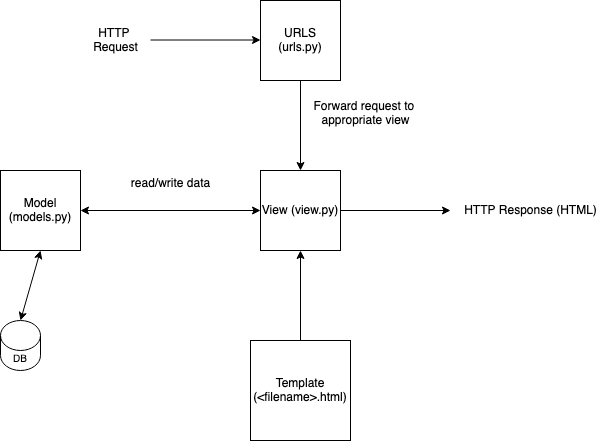
Before: image/bagan.png, a diagram exported from draw.io (nandapratama21/inventorypower). Source tidied: cells renumbered, new cells last; positions are measured from the earlier drawing's top-left corner, leaving out a move shared by most shapes. Its diagram source:
```xml
<mxGraphModel background="#FFFFFF">
  <root>
    <mxCell id="0" />
    <mxCell id="1" parent="0" />
    <mxCell id="2" value="Model (models.py)" style="whiteSpace=wrap;html=1;" parent="1" vertex="1">
      <mxGeometry y="170" width="80" height="80" as="geometry" />
    </mxCell>
    <mxCell id="3" value="&lt;font size=&quot;1&quot;&gt;DB&lt;/font&gt;" style="shape=cylinder3;whiteSpace=wrap;html=1;boundedLbl=1;backgroundOutline=1;size=15;" parent="1" vertex="1">
      <mxGeometry y="320" width="40" height="50" as="geometry" />
    </mxCell>
    <mxCell id="4" value="&lt;font style=&quot;font-size: 12px;&quot;&gt;View (view.py)&lt;br&gt;&lt;/font&gt;" style="whiteSpace=wrap;html=1;fontSize=7;" parent="1" vertex="1">
      <mxGeometry x="260" y="170" width="80" height="80" as="geometry" />
    </mxCell>
    <mxCell id="5" style="endArrow=classic;startArrow=classic;html=1;rounded=0;fontSize=12;exitX=1;exitY=0.5;exitDx=0;exitDy=0;" parent="1" edge="1" source="2">
      <mxGeometry relative="1" as="geometry">
        <mxPoint x="260" y="210" as="targetPoint" />
      </mxGeometry>
    </mxCell>
    <mxCell id="6" value="&lt;div&gt;read/write data&lt;/div&gt;&lt;div&gt;&lt;br&gt;&lt;/div&gt;" style="text;html=1;align=center;verticalAlign=middle;strokeColor=none;fillColor=none;fontSize=12;" parent="1" vertex="1">
      <mxGeometry x="120" y="170" width="100" height="40" as="geometry" />
    </mxCell>
    <mxCell id="7" style="endArrow=classic;startArrow=classic;html=1;rounded=0;fontSize=12;entryX=0.5;entryY=1;entryDx=0;entryDy=0;" parent="1" edge="1" target="2">
      <mxGeometry relative="1" as="geometry">
        <mxPoint x="20" y="320" as="sourcePoint" />
      </mxGeometry>
    </mxCell>
    <mxCell id="8" value="&lt;div&gt;&lt;br&gt;&lt;/div&gt;&lt;div&gt;HTTP Response (HTML)&lt;/div&gt;&lt;div&gt;&lt;br&gt;&lt;/div&gt;" style="text;html=1;align=center;verticalAlign=middle;points=[];strokeColor=none;fillColor=none;fontSize=12;" parent="1" vertex="1">
      <mxGeometry x="450" y="180" width="160" height="60" as="geometry" />
    </mxCell>
    <mxCell id="9" style="endArrow=classic;html=1;rounded=0;fontSize=12;exitX=1;exitY=0.5;exitDx=0;exitDy=0;" parent="1" edge="1" source="4" target="8">
      <mxGeometry relative="1" as="geometry" />
    </mxCell>
    <mxCell id="10" value="&lt;div&gt;&lt;font style=&quot;font-size: 12px;&quot;&gt;URLS (urls.py)&lt;/font&gt;&lt;/div&gt;" style="whiteSpace=wrap;html=1;fontSize=7;" parent="1" vertex="1">
      <mxGeometry x="260" width="80" height="80" as="geometry" />
    </mxCell>
    <mxCell id="11" style="endArrow=classic;html=1;rounded=0;fontSize=12;entryX=0.5;entryY=0;entryDx=0;entryDy=0;exitX=0.5;exitY=1;exitDx=0;exitDy=0;" parent="1" edge="1" source="10" target="4">
      <mxGeometry relative="1" as="geometry" />
    </mxCell>
    <mxCell id="12" value="&lt;div&gt;Forward request to&amp;nbsp;&lt;/div&gt;&lt;div&gt;appropriate view&lt;/div&gt;&lt;div&gt;&lt;br&gt;&lt;/div&gt;" style="text;html=1;align=center;verticalAlign=middle;strokeColor=none;fillColor=none;fontSize=12;" parent="1" vertex="1">
      <mxGeometry x="300" y="90" width="130" height="60" as="geometry" />
    </mxCell>
    <mxCell id="13" value="&lt;div&gt;&lt;br&gt;&lt;/div&gt;&lt;div&gt;HTTP&amp;nbsp;&lt;/div&gt;&lt;div&gt;Request&lt;br&gt;&lt;/div&gt;&lt;div&gt;&lt;br&gt;&lt;/div&gt;" style="text;html=1;align=center;verticalAlign=middle;strokeColor=none;fillColor=none;fontSize=12;" parent="1" vertex="1">
      <mxGeometry x="80" y="5" width="70" height="70" as="geometry" />
    </mxCell>
    <mxCell id="14" style="endArrow=classic;html=1;rounded=0;fontSize=12;exitX=1;exitY=0.5;exitDx=0;exitDy=0;" parent="1" edge="1">
      <mxGeometry relative="1" as="geometry">
        <mxPoint x="150" y="39.5" as="sourcePoint" />
        <mxPoint x="260" y="39.5" as="targetPoint" />
      </mxGeometry>
    </mxCell>
    <mxCell id="15" value="&lt;font style=&quot;font-size: 12px;&quot;&gt;Template (&amp;lt;filename&amp;gt;.html)&lt;br&gt;&lt;/font&gt;" style="whiteSpace=wrap;html=1;fontSize=7;" parent="1" vertex="1">
      <mxGeometry x="250" y="340" width="100" height="100" as="geometry" />
    </mxCell>
    <mxCell id="16" style="endArrow=classic;html=1;rounded=0;fontSize=12;entryX=0.5;entryY=1;entryDx=0;entryDy=0;exitX=0.5;exitY=0;exitDx=0;exitDy=0;" parent="1" edge="1" source="15" target="4">
      <mxGeometry relative="1" as="geometry" />
    </mxCell>
  </root>
</mxGraphModel>
```
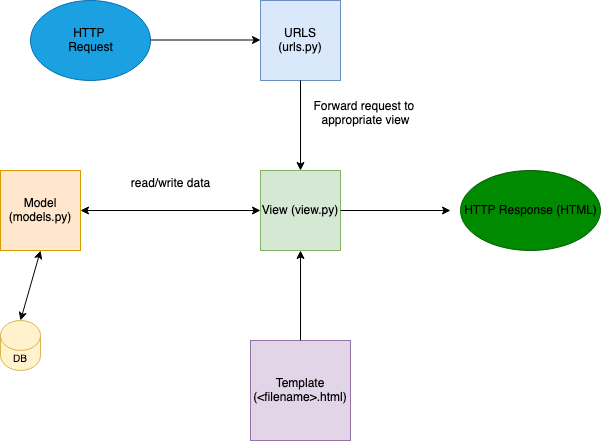
After the commit.

Diff of the diagram source:
```diff
@@ -2,13 +2,19 @@
   <root>
     <mxCell id="0" />
     <mxCell id="1" parent="0" />
+    <mxCell id="17" style="ellipse;whiteSpace=wrap;html=1;fillColor=#1ba1e2;fontColor=#ffffff;strokeColor=#006EAF;" parent="1" vertex="1">
+      <mxGeometry x="30" width="120" height="80" as="geometry" />
+    </mxCell>
+    <mxCell id="18" style="ellipse;whiteSpace=wrap;html=1;fillColor=#008a00;fontColor=#ffffff;strokeColor=#005700;" parent="1" vertex="1">
+      <mxGeometry x="460" y="170" width="140" height="80" as="geometry" />
+    </mxCell>
-    <mxCell id="2" value="Model (models.py)" style="whiteSpace=wrap;html=1;" parent="1" vertex="1">
+    <mxCell id="2" value="Model (models.py)" style="whiteSpace=wrap;html=1;fillColor=#ffe6cc;strokeColor=#d79b00;" parent="1" vertex="1">
       <mxGeometry y="170" width="80" height="80" as="geometry" />
     </mxCell>
-    <mxCell id="3" value="&lt;font size=&quot;1&quot;&gt;DB&lt;/font&gt;" style="shape=cylinder3;whiteSpace=wrap;html=1;boundedLbl=1;backgroundOutline=1;size=15;" parent="1" vertex="1">
+    <mxCell id="3" value="&lt;font size=&quot;1&quot;&gt;DB&lt;/font&gt;" style="shape=cylinder3;whiteSpace=wrap;html=1;boundedLbl=1;backgroundOutline=1;size=15;fillColor=#fff2cc;strokeColor=#d6b656;" parent="1" vertex="1">
       <mxGeometry y="320" width="40" height="50" as="geometry" />
     </mxCell>
-    <mxCell id="4" value="&lt;font style=&quot;font-size: 12px;&quot;&gt;View (view.py)&lt;br&gt;&lt;/font&gt;" style="whiteSpace=wrap;html=1;fontSize=7;" parent="1" vertex="1">
+    <mxCell id="4" value="&lt;font style=&quot;font-size: 12px;&quot;&gt;View (view.py)&lt;br&gt;&lt;/font&gt;" style="whiteSpace=wrap;html=1;fontSize=7;fillColor=#d5e8d4;strokeColor=#82b366;" parent="1" vertex="1">
       <mxGeometry x="260" y="170" width="80" height="80" as="geometry" />
     </mxCell>
     <mxCell id="5" style="endArrow=classic;startArrow=classic;html=1;rounded=0;fontSize=12;exitX=1;exitY=0.5;exitDx=0;exitDy=0;" parent="1" edge="1" source="2">
@@ -30,7 +36,7 @@
     <mxCell id="9" style="endArrow=classic;html=1;rounded=0;fontSize=12;exitX=1;exitY=0.5;exitDx=0;exitDy=0;" parent="1" edge="1" source="4" target="8">
       <mxGeometry relative="1" as="geometry" />
     </mxCell>
-    <mxCell id="10" value="&lt;div&gt;&lt;font style=&quot;font-size: 12px;&quot;&gt;URLS (urls.py)&lt;/font&gt;&lt;/div&gt;" style="whiteSpace=wrap;html=1;fontSize=7;" parent="1" vertex="1">
+    <mxCell id="10" value="&lt;div&gt;&lt;font style=&quot;font-size: 12px;&quot;&gt;URLS (urls.py)&lt;/font&gt;&lt;/div&gt;" style="whiteSpace=wrap;html=1;fontSize=7;fillColor=#dae8fc;strokeColor=#6c8ebf;" parent="1" vertex="1">
       <mxGeometry x="260" width="80" height="80" as="geometry" />
     </mxCell>
     <mxCell id="11" style="endArrow=classic;html=1;rounded=0;fontSize=12;entryX=0.5;entryY=0;entryDx=0;entryDy=0;exitX=0.5;exitY=1;exitDx=0;exitDy=0;" parent="1" edge="1" source="10" target="4">
@@ -40,7 +46,7 @@
       <mxGeometry x="300" y="90" width="130" height="60" as="geometry" />
     </mxCell>
     <mxCell id="13" value="&lt;div&gt;&lt;br&gt;&lt;/div&gt;&lt;div&gt;HTTP&amp;nbsp;&lt;/div&gt;&lt;div&gt;Request&lt;br&gt;&lt;/div&gt;&lt;div&gt;&lt;br&gt;&lt;/div&gt;" style="text;html=1;align=center;verticalAlign=middle;strokeColor=none;fillColor=none;fontSize=12;" parent="1" vertex="1">
-      <mxGeometry x="80" y="5" width="70" height="70" as="geometry" />
+      <mxGeometry x="55" y="5" width="70" height="70" as="geometry" />
     </mxCell>
     <mxCell id="14" style="endArrow=classic;html=1;rounded=0;fontSize=12;exitX=1;exitY=0.5;exitDx=0;exitDy=0;" parent="1" edge="1">
       <mxGeometry relative="1" as="geometry">
@@ -48,7 +54,7 @@
         <mxPoint x="260" y="39.5" as="targetPoint" />
       </mxGeometry>
     </mxCell>
-    <mxCell id="15" value="&lt;font style=&quot;font-size: 12px;&quot;&gt;Template (&amp;lt;filename&amp;gt;.html)&lt;br&gt;&lt;/font&gt;" style="whiteSpace=wrap;html=1;fontSize=7;" parent="1" vertex="1">
+    <mxCell id="15" value="&lt;font style=&quot;font-size: 12px;&quot;&gt;Template (&amp;lt;filename&amp;gt;.html)&lt;br&gt;&lt;/font&gt;" style="whiteSpace=wrap;html=1;fontSize=7;fillColor=#e1d5e7;strokeColor=#9673a6;" parent="1" vertex="1">
       <mxGeometry x="250" y="340" width="100" height="100" as="geometry" />
     </mxCell>
     <mxCell id="16" style="endArrow=classic;html=1;rounded=0;fontSize=12;entryX=0.5;entryY=1;entryDx=0;entryDy=0;exitX=0.5;exitY=0;exitDx=0;exitDy=0;" parent="1" edge="1" source="15" target="4">
```
